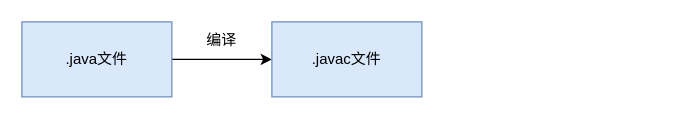
uldh/drawio_public keeps this draw.io diagram as java基础.drawio. Above is the earlier version. Source tidied: cells renumbered, new cells numbered last; positions are measured from the earlier drawing's top-left corner, leaving out a move shared by most shapes. Both pictures are drawn from the tidied source at 125%, with x=0, y=0 at pixel (21, 21).
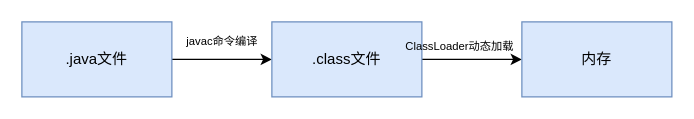
The same diagram, later.

Change to the diagram source:
```diff
@@
 <mxGraphModel>
   <root>
     <mxCell id="0" />
     <mxCell id="1" parent="0" />
     <mxCell id="2" style="edgeStyle=orthogonalEdgeStyle;rounded=0;jettySize=auto;html=1;" parent="1" edge="1" source="3" target="4">
       <mxGeometry relative="1" as="geometry" />
     </mxCell>
     <mxCell id="3" value=".java文件" style="rounded=0;whiteSpace=wrap;html=1;fillColor=#dae8fc;strokeColor=#6c8ebf;" parent="1" vertex="1">
       <mxGeometry width="120" height="60" as="geometry" />
     </mxCell>
+    <mxCell id="6" style="edgeStyle=orthogonalEdgeStyle;jettySize=auto;html=1;fontSize=9;fontColor=#000000;" parent="1" edge="1" source="4" target="7">
+      <mxGeometry relative="1" as="geometry" />
+    </mxCell>
-    <mxCell id="4" value=".javac文件" style="rounded=0;whiteSpace=wrap;html=1;fillColor=#dae8fc;strokeColor=#6c8ebf;" parent="1" vertex="1">
+    <mxCell id="4" value=".class文件" style="rounded=0;whiteSpace=wrap;html=1;fillColor=#dae8fc;strokeColor=#6c8ebf;" parent="1" vertex="1">
       <mxGeometry x="200" width="120" height="60" as="geometry" />
     </mxCell>
-    <mxCell id="5" value="编译" style="text;html=1;strokeColor=none;fillColor=none;align=center;verticalAlign=middle;whiteSpace=wrap;rounded=0;" parent="1" vertex="1">
+    <mxCell id="5" value="&lt;font style=&quot;font-size: 9px;&quot;&gt;&lt;span style=&quot;caret-color: rgba(255, 255, 255, 0.78); font-family: &amp;quot;Songti SC&amp;quot;;&quot;&gt;javac命令&lt;/span&gt;编译&lt;/font&gt;" style="text;html=1;strokeColor=none;fillColor=none;align=left;verticalAlign=middle;whiteSpace=wrap;rounded=0;" parent="1" vertex="1">
       <mxGeometry x="130" width="60" height="30" as="geometry" />
     </mxCell>
+    <mxCell id="7" value="内存" style="rounded=0;whiteSpace=wrap;html=1;fillColor=#dae8fc;strokeColor=#6c8ebf;" parent="1" vertex="1">
+      <mxGeometry x="400" width="120" height="60" as="geometry" />
+    </mxCell>
+    <mxCell id="8" value="ClassLoader动态加载&lt;br&gt;" style="text;html=1;align=center;verticalAlign=middle;strokeColor=none;fillColor=none;fontSize=9;fontColor=#000000;" parent="1" vertex="1">
+      <mxGeometry x="295" y="10" width="110" height="20" as="geometry" />
+    </mxCell>
   </root>
 </mxGraphModel>
```
